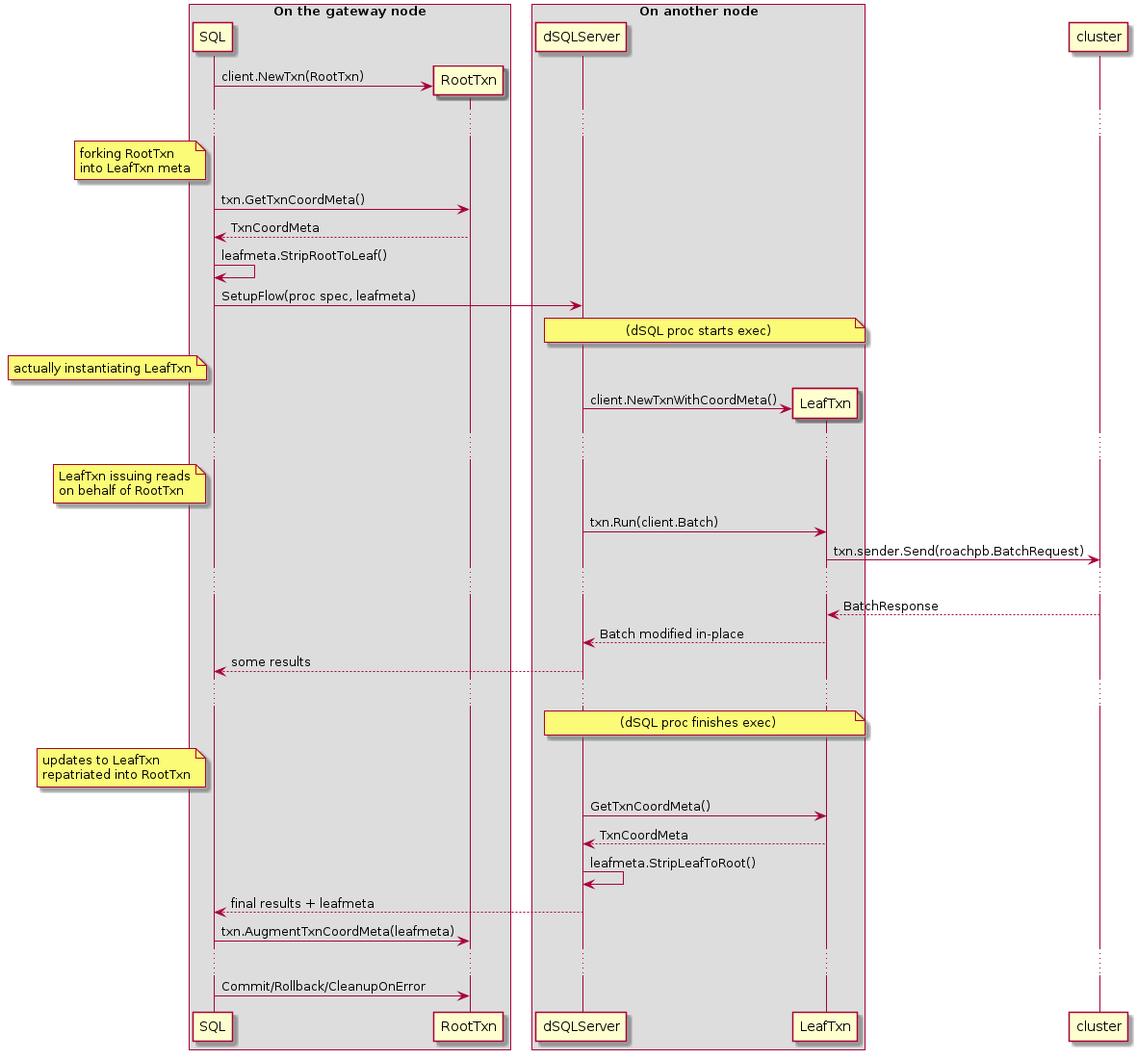
Before: docs/tech-notes/txn_coord_sender/leafbase.png, a diagram exported from PlantUML (cockroachdb/cockroach).
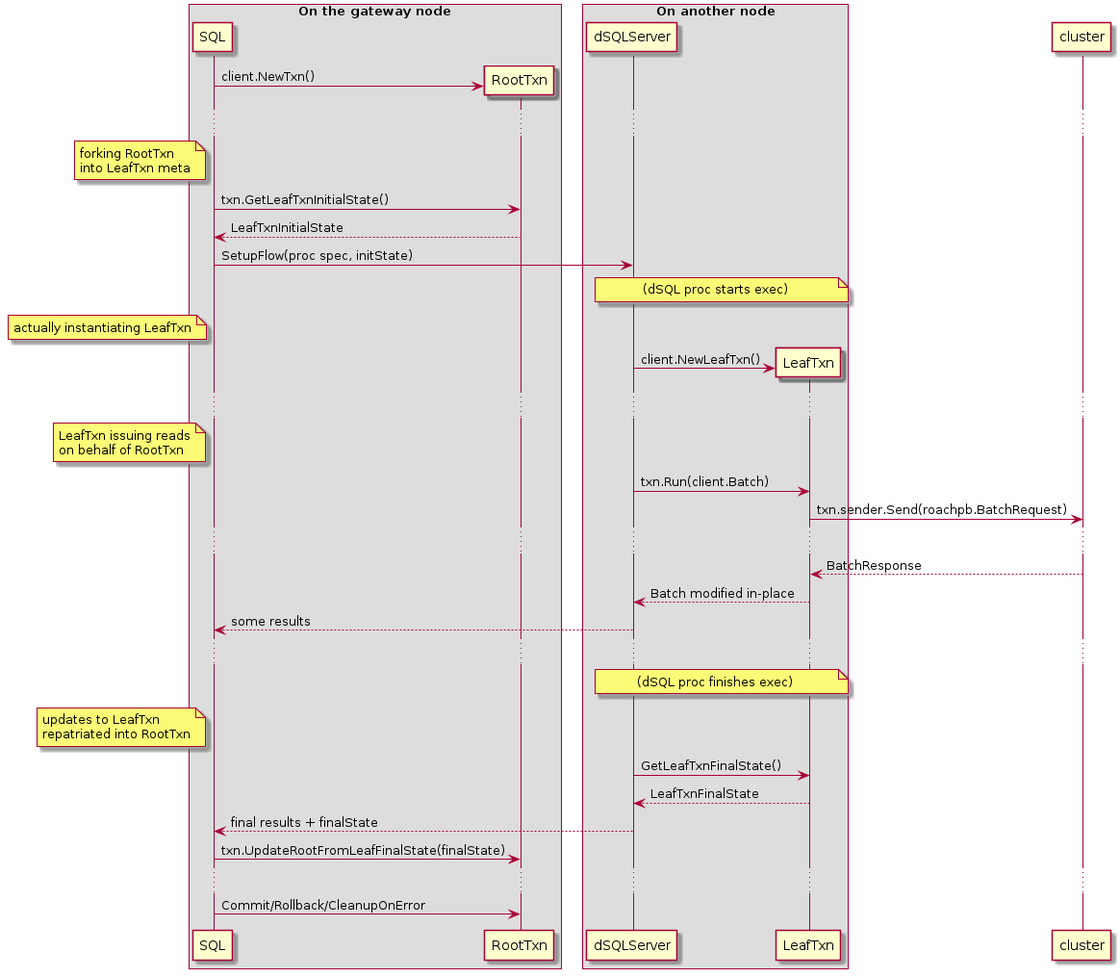
The same file after the commit.

Change to the diagram source:
```diff
@@ -12,20 +12,19 @@
 participant cluster
 
 create RootTxn
-SQL -> RootTxn : client.NewTxn(RootTxn)
+SQL -> RootTxn : client.NewTxn()
 ...
 note left of SQL
    forking RootTxn
    into LeafTxn meta
 end note
-SQL -> RootTxn : txn.GetTxnCoordMeta()
-RootTxn --> SQL : TxnCoordMeta
-SQL -> SQL : leafmeta.StripRootToLeaf()
-SQL -> dSQLServer : SetupFlow(proc spec, leafmeta)
+SQL -> RootTxn : txn.GetLeafTxnInitialState()
+RootTxn --> SQL : LeafTxnInitialState
+SQL -> dSQLServer : SetupFlow(proc spec, initState)
 note over dSQLServer,LeafTxn: (dSQL proc starts exec)
 note left of SQL: actually instantiating LeafTxn
 create LeafTxn
-dSQLServer -> LeafTxn : client.NewTxnWithCoordMeta()
+dSQLServer -> LeafTxn : client.NewLeafTxn()
 ...
 note left of SQL
    LeafTxn issuing reads
@@ -43,11 +42,10 @@
    updates to LeafTxn
    repatriated into RootTxn
 end note
-dSQLServer -> LeafTxn : GetTxnCoordMeta()
-LeafTxn --> dSQLServer : TxnCoordMeta
-dSQLServer -> dSQLServer : leafmeta.StripLeafToRoot()
-dSQLServer --> SQL : final results + leafmeta
-SQL -> RootTxn : txn.AugmentTxnCoordMeta(leafmeta)
+dSQLServer -> LeafTxn : GetLeafTxnFinalState()
+LeafTxn --> dSQLServer : LeafTxnFinalState
+dSQLServer --> SQL : final results + finalState
+SQL -> RootTxn : txn.UpdateRootFromLeafFinalState(finalState)
 ...
 SQL -> RootTxn : Commit/Rollback/CleanupOnError
 @enduml
```
